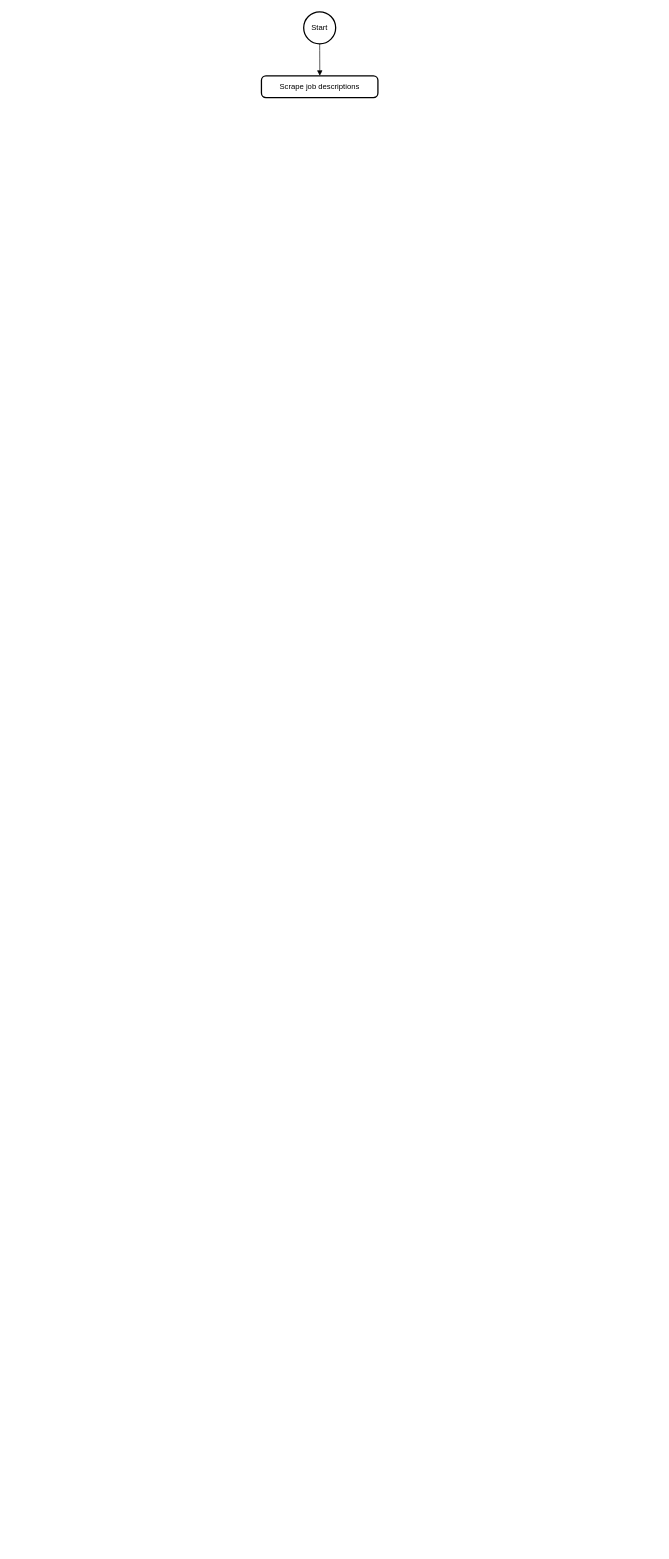
Above: Untitled Diagram.drawio in dev-viku/weathera-app (draw.io), before the change. Source tidied: cells renumbered, new cells numbered last; positions are measured from the earlier drawing's top-left corner, leaving out a move shared by most shapes. Both pictures are drawn from the tidied source at 64%, with x=0, y=0 at pixel (261, 12).
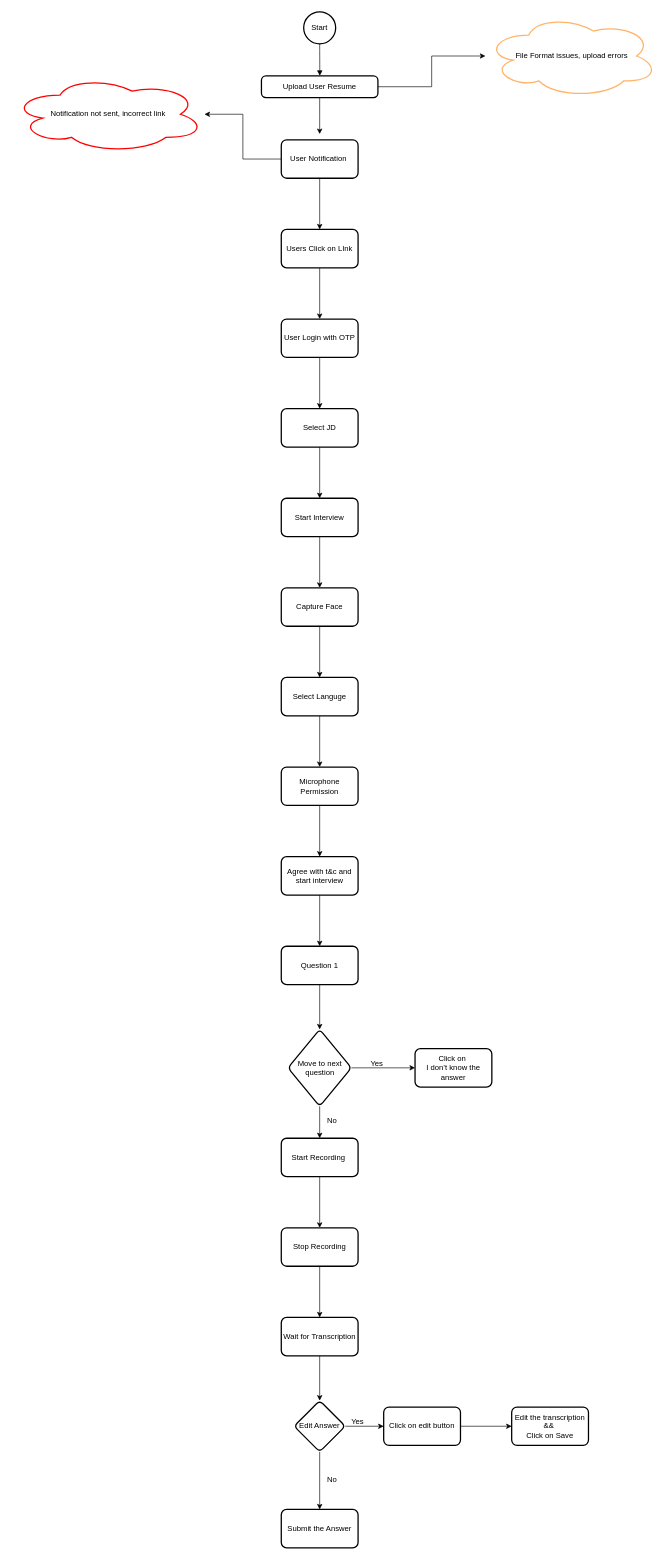
Above is the later version.

What changed in the source:
```diff
@@
+    <mxCell id="5" style="edgeStyle=orthogonalEdgeStyle;rounded=0;jettySize=auto;html=1;" parent="1" edge="1" source="3">
+      <mxGeometry relative="1" as="geometry">
+        <mxPoint x="91" y="191" as="targetPoint" />
+      </mxGeometry>
+    </mxCell>
+    <mxCell id="6" style="edgeStyle=orthogonalEdgeStyle;rounded=0;jettySize=auto;html=1;" parent="1" edge="1" source="3" target="10">
+      <mxGeometry relative="1" as="geometry" />
+    </mxCell>
-    <mxCell id="3" value="Scrape job descriptions" style="rounded=1;absoluteArcSize=1;arcSize=14;whiteSpace=wrap;strokeWidth=2;" parent="1" vertex="1">
+    <mxCell id="3" value="Upload User Resume" style="rounded=1;absoluteArcSize=1;arcSize=14;whiteSpace=wrap;strokeWidth=2;" parent="1" vertex="1">
       <mxGeometry y="100" width="182" height="34" as="geometry" />
     </mxCell>
@@
+    <mxCell id="7" style="edgeStyle=orthogonalEdgeStyle;rounded=0;jettySize=auto;html=1;" parent="1" edge="1" source="9" target="12">
+      <mxGeometry relative="1" as="geometry" />
+    </mxCell>
+    <mxCell id="8" style="edgeStyle=orthogonalEdgeStyle;rounded=0;jettySize=auto;html=1;" parent="1" edge="1" source="9" target="13">
+      <mxGeometry relative="1" as="geometry" />
+    </mxCell>
+    <mxCell id="9" value="User Notification&amp;nbsp;" style="whiteSpace=wrap;html=1;rounded=1;arcSize=14;strokeWidth=2;" parent="1" vertex="1">
+      <mxGeometry x="31" y="200" width="120" height="60" as="geometry" />
+    </mxCell>
+    <mxCell id="10" value="File Format issues, upload errors" style="ellipse;shape=cloud;whiteSpace=wrap;html=1;rounded=1;arcSize=14;strokeWidth=2;strokeColor=#FFB366;" parent="1" vertex="1">
+      <mxGeometry x="350" y="4" width="270" height="130" as="geometry" />
+    </mxCell>
+    <mxCell id="11" style="edgeStyle=orthogonalEdgeStyle;rounded=0;jettySize=auto;html=1;" parent="1" edge="1" source="12" target="15">
+      <mxGeometry relative="1" as="geometry" />
+    </mxCell>
+    <mxCell id="12" value="Users Click on LInk" style="whiteSpace=wrap;html=1;rounded=1;arcSize=14;strokeWidth=2;" parent="1" vertex="1">
+      <mxGeometry x="31" y="340" width="120" height="60" as="geometry" />
+    </mxCell>
+    <mxCell id="13" value="Notification not sent, incorrect link" style="ellipse;shape=cloud;whiteSpace=wrap;html=1;rounded=1;arcSize=14;strokeWidth=2;strokeColor=#FF0000;" parent="1" vertex="1">
+      <mxGeometry x="-390" y="100" width="301" height="120" as="geometry" />
+    </mxCell>
+    <mxCell id="14" style="edgeStyle=orthogonalEdgeStyle;rounded=0;jettySize=auto;html=1;" parent="1" edge="1" source="15" target="17">
+      <mxGeometry relative="1" as="geometry" />
+    </mxCell>
+    <mxCell id="15" value="User Login with OTP" style="rounded=1;whiteSpace=wrap;html=1;arcSize=14;strokeWidth=2;" parent="1" vertex="1">
+      <mxGeometry x="31" y="480" width="120" height="60" as="geometry" />
+    </mxCell>
+    <mxCell id="16" style="edgeStyle=orthogonalEdgeStyle;rounded=0;jettySize=auto;html=1;" parent="1" edge="1" source="17" target="19">
+      <mxGeometry relative="1" as="geometry" />
+    </mxCell>
+    <mxCell id="17" value="Select JD" style="whiteSpace=wrap;html=1;rounded=1;arcSize=14;strokeWidth=2;" parent="1" vertex="1">
+      <mxGeometry x="31" y="620" width="120" height="60" as="geometry" />
+    </mxCell>
+    <mxCell id="18" style="edgeStyle=orthogonalEdgeStyle;rounded=0;jettySize=auto;html=1;" parent="1" edge="1" source="19" target="21">
+      <mxGeometry relative="1" as="geometry" />
+    </mxCell>
+    <mxCell id="19" value="Start Interview" style="whiteSpace=wrap;html=1;rounded=1;arcSize=14;strokeWidth=2;" parent="1" vertex="1">
+      <mxGeometry x="31" y="760" width="120" height="60" as="geometry" />
+    </mxCell>
+    <mxCell id="20" style="edgeStyle=orthogonalEdgeStyle;rounded=0;jettySize=auto;html=1;" parent="1" edge="1" source="21" target="23">
+      <mxGeometry relative="1" as="geometry" />
+    </mxCell>
+    <mxCell id="21" value="Capture Face" style="rounded=1;whiteSpace=wrap;html=1;arcSize=14;strokeWidth=2;" parent="1" vertex="1">
+      <mxGeometry x="31" y="900" width="120" height="60" as="geometry" />
+    </mxCell>
+    <mxCell id="22" style="edgeStyle=orthogonalEdgeStyle;rounded=0;jettySize=auto;html=1;" parent="1" edge="1" source="23" target="25">
+      <mxGeometry relative="1" as="geometry" />
+    </mxCell>
+    <mxCell id="23" value="Select Languge" style="whiteSpace=wrap;html=1;rounded=1;arcSize=14;strokeWidth=2;" parent="1" vertex="1">
+      <mxGeometry x="31" y="1040" width="120" height="60" as="geometry" />
+    </mxCell>
+    <mxCell id="24" style="edgeStyle=orthogonalEdgeStyle;rounded=0;jettySize=auto;html=1;" parent="1" edge="1" source="25" target="27">
+      <mxGeometry relative="1" as="geometry" />
+    </mxCell>
+    <mxCell id="25" value="Microphone Permission" style="whiteSpace=wrap;html=1;rounded=1;arcSize=14;strokeWidth=2;" parent="1" vertex="1">
+      <mxGeometry x="31" y="1180" width="120" height="60" as="geometry" />
+    </mxCell>
+    <mxCell id="26" style="edgeStyle=orthogonalEdgeStyle;rounded=0;jettySize=auto;html=1;" parent="1" edge="1" source="27" target="29">
+      <mxGeometry relative="1" as="geometry" />
+    </mxCell>
+    <mxCell id="27" value="Agree with t&amp;amp;c and start interview" style="whiteSpace=wrap;html=1;rounded=1;arcSize=14;strokeWidth=2;" parent="1" vertex="1">
+      <mxGeometry x="31" y="1320" width="120" height="60" as="geometry" />
+    </mxCell>
+    <mxCell id="28" style="edgeStyle=orthogonalEdgeStyle;rounded=0;jettySize=auto;html=1;" parent="1" edge="1" source="29" target="32">
+      <mxGeometry relative="1" as="geometry" />
+    </mxCell>
+    <mxCell id="29" value="Question 1" style="whiteSpace=wrap;html=1;rounded=1;arcSize=14;strokeWidth=2;" parent="1" vertex="1">
+      <mxGeometry x="31" y="1460" width="120" height="60" as="geometry" />
+    </mxCell>
+    <mxCell id="30" style="edgeStyle=orthogonalEdgeStyle;rounded=0;jettySize=auto;html=1;" parent="1" edge="1" source="32" target="33">
+      <mxGeometry relative="1" as="geometry" />
+    </mxCell>
+    <mxCell id="31" style="edgeStyle=orthogonalEdgeStyle;rounded=0;jettySize=auto;html=1;" parent="1" edge="1" source="32" target="35">
+      <mxGeometry relative="1" as="geometry" />
+    </mxCell>
+    <mxCell id="32" value="Move to next question" style="rhombus;whiteSpace=wrap;html=1;rounded=1;arcSize=14;strokeWidth=2;" parent="1" vertex="1">
+      <mxGeometry x="41.5" y="1590" width="99" height="120" as="geometry" />
+    </mxCell>
+    <mxCell id="33" value="Click on&amp;nbsp;&lt;br&gt;I don’t know the answer" style="whiteSpace=wrap;html=1;rounded=1;arcSize=14;strokeWidth=2;" parent="1" vertex="1">
+      <mxGeometry x="240" y="1620" width="120" height="60" as="geometry" />
+    </mxCell>
+    <mxCell id="34" style="edgeStyle=orthogonalEdgeStyle;rounded=0;jettySize=auto;html=1;" parent="1" edge="1" source="35" target="39">
+      <mxGeometry relative="1" as="geometry" />
+    </mxCell>
+    <mxCell id="35" value="Start Recording&amp;nbsp;" style="whiteSpace=wrap;html=1;rounded=1;arcSize=14;strokeWidth=2;" parent="1" vertex="1">
+      <mxGeometry x="31" y="1760" width="120" height="60" as="geometry" />
+    </mxCell>
+    <mxCell id="36" value="Yes" style="text;html=1;align=center;verticalAlign=middle;strokeColor=none;fillColor=none;" parent="1" vertex="1">
+      <mxGeometry x="160" y="1628" width="40" height="30" as="geometry" />
+    </mxCell>
+    <mxCell id="37" value="No" style="text;html=1;align=center;verticalAlign=middle;strokeColor=none;fillColor=none;" parent="1" vertex="1">
+      <mxGeometry x="90" y="1718" width="40" height="30" as="geometry" />
+    </mxCell>
+    <mxCell id="38" style="edgeStyle=orthogonalEdgeStyle;rounded=0;jettySize=auto;html=1;" parent="1" edge="1" source="39" target="41">
+      <mxGeometry relative="1" as="geometry" />
+    </mxCell>
+    <mxCell id="39" value="Stop Recording" style="whiteSpace=wrap;html=1;rounded=1;arcSize=14;strokeWidth=2;" parent="1" vertex="1">
+      <mxGeometry x="31" y="1900" width="120" height="60" as="geometry" />
+    </mxCell>
+    <mxCell id="40" style="edgeStyle=orthogonalEdgeStyle;rounded=0;jettySize=auto;html=1;" parent="1" edge="1" source="41" target="44">
+      <mxGeometry relative="1" as="geometry" />
+    </mxCell>
+    <mxCell id="41" value="Wait for Transcription" style="whiteSpace=wrap;html=1;rounded=1;arcSize=14;strokeWidth=2;" parent="1" vertex="1">
+      <mxGeometry x="31" y="2040" width="120" height="60" as="geometry" />
+    </mxCell>
+    <mxCell id="42" style="edgeStyle=orthogonalEdgeStyle;rounded=0;jettySize=auto;html=1;" parent="1" edge="1" source="44" target="46">
+      <mxGeometry relative="1" as="geometry" />
+    </mxCell>
+    <mxCell id="43" style="edgeStyle=orthogonalEdgeStyle;rounded=0;jettySize=auto;html=1;" parent="1" edge="1" source="44" target="47">
+      <mxGeometry relative="1" as="geometry" />
+    </mxCell>
+    <mxCell id="44" value="Edit Answer" style="rhombus;whiteSpace=wrap;html=1;rounded=1;arcSize=14;strokeWidth=2;" parent="1" vertex="1">
+      <mxGeometry x="51" y="2170" width="80" height="80" as="geometry" />
+    </mxCell>
+    <mxCell id="45" style="edgeStyle=orthogonalEdgeStyle;rounded=0;jettySize=auto;html=1;" parent="1" edge="1" source="46" target="50">
+      <mxGeometry relative="1" as="geometry" />
+    </mxCell>
+    <mxCell id="46" value="Click on edit button" style="whiteSpace=wrap;html=1;rounded=1;arcSize=14;strokeWidth=2;" parent="1" vertex="1">
+      <mxGeometry x="191" y="2180" width="120" height="60" as="geometry" />
+    </mxCell>
+    <mxCell id="47" value="Submit the Answer" style="whiteSpace=wrap;html=1;rounded=1;arcSize=14;strokeWidth=2;" parent="1" vertex="1">
+      <mxGeometry x="31" y="2340" width="120" height="60" as="geometry" />
+    </mxCell>
+    <mxCell id="48" value="Yes" style="text;html=1;align=center;verticalAlign=middle;strokeColor=none;fillColor=none;" parent="1" vertex="1">
+      <mxGeometry x="130" y="2188" width="40" height="30" as="geometry" />
+    </mxCell>
+    <mxCell id="49" value="No" style="text;html=1;align=center;verticalAlign=middle;strokeColor=none;fillColor=none;" parent="1" vertex="1">
+      <mxGeometry x="90" y="2278" width="40" height="30" as="geometry" />
+    </mxCell>
+    <mxCell id="50" value="Edit the transcription &amp;amp;&amp;amp;&amp;nbsp;&lt;br&gt;Click on Save" style="whiteSpace=wrap;html=1;rounded=1;arcSize=14;strokeWidth=2;" parent="1" vertex="1">
+      <mxGeometry x="391" y="2180" width="120" height="60" as="geometry" />
+    </mxCell>
```
